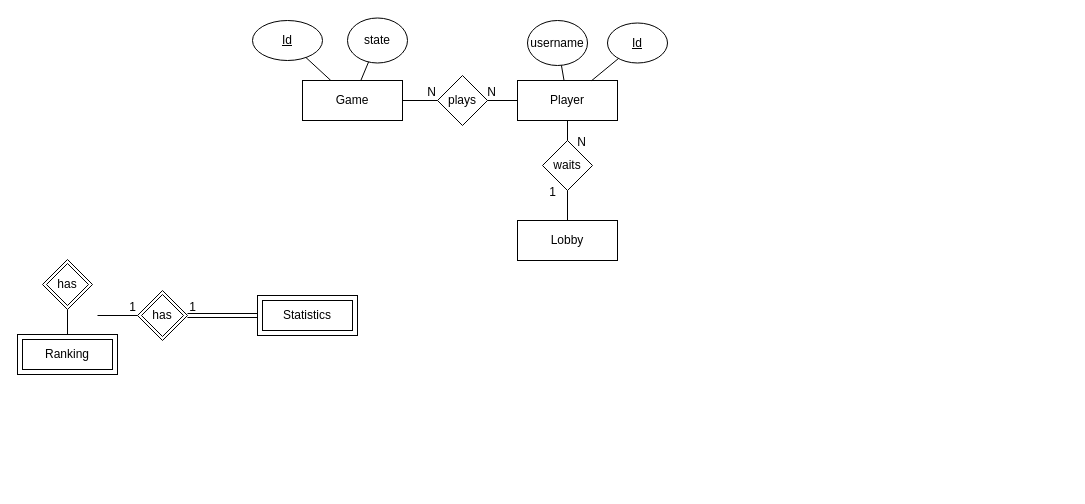
Above: ModeloEA.drawio in Vaasco/DAW (draw.io), before the change. Source tidied: cells renumbered, new cells numbered last; positions are measured from the earlier drawing's top-left corner, leaving out a move shared by most shapes. Both pictures are drawn from the tidied source at 100%, with x=0, y=0 at pixel (17, 18).
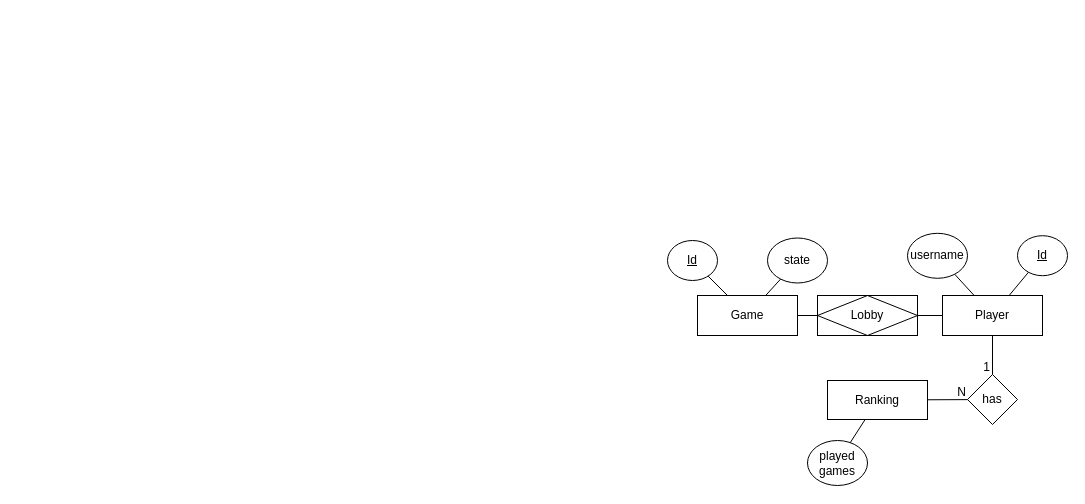
After the change.

The edit, as a diff of the source:
```diff
@@
     <mxCell id="2" value="Game" style="whiteSpace=wrap;html=1;align=center;" parent="1" vertex="1">
-      <mxGeometry x="285" y="62" width="100" height="40" as="geometry" />
+      <mxGeometry x="680" y="277" width="100" height="40" as="geometry" />
     </mxCell>
     <mxCell id="3" value="Player" style="whiteSpace=wrap;html=1;align=center;" parent="1" vertex="1">
-      <mxGeometry x="500" y="62" width="100" height="40" as="geometry" />
+      <mxGeometry x="925" y="277" width="100" height="40" as="geometry" />
     </mxCell>
-    <mxCell id="4" value="Lobby" style="whiteSpace=wrap;html=1;align=center;" parent="1" vertex="1">
-      <mxGeometry x="500" y="202" width="100" height="40" as="geometry" />
-    </mxCell>
-    <mxCell id="5" value="Id" style="ellipse;whiteSpace=wrap;html=1;align=center;fontStyle=4;" parent="1" vertex="1">
-      <mxGeometry x="235" y="2" width="70" height="40" as="geometry" />
-    </mxCell>
-    <mxCell id="6" value="Id" style="ellipse;whiteSpace=wrap;html=1;align=center;fontStyle=4;" parent="1" vertex="1">
-      <mxGeometry x="590" y="4.5" width="60" height="40" as="geometry" />
-    </mxCell>
-    <mxCell id="7" style="endArrow=none;html=1;rounded=0;" parent="1" edge="1" source="2" target="5">
-      <mxGeometry relative="1" as="geometry" />
-    </mxCell>
-    <mxCell id="8" style="endArrow=none;html=1;rounded=0;" parent="1" edge="1" source="3" target="6">
-      <mxGeometry relative="1" as="geometry" />
-    </mxCell>
-    <mxCell id="9" value="Statistics" style="shape=ext;margin=3;double=1;whiteSpace=wrap;html=1;align=center;" parent="1" vertex="1">
-      <mxGeometry x="240" y="277" width="100" height="40" as="geometry" />
-    </mxCell>
-    <mxCell id="10" value="has" style="shape=rhombus;double=1;perimeter=rhombusPerimeter;whiteSpace=wrap;html=1;align=center;" parent="1" vertex="1">
-      <mxGeometry x="120" y="272" width="50" height="50" as="geometry" />
-    </mxCell>
-    <mxCell id="11" value="Ranking" style="shape=ext;margin=3;double=1;whiteSpace=wrap;html=1;align=center;" parent="1" vertex="1">
-      <mxGeometry y="316" width="100" height="40" as="geometry" />
-    </mxCell>
-    <mxCell id="12" value="has" style="shape=rhombus;double=1;perimeter=rhombusPerimeter;whiteSpace=wrap;html=1;align=center;" parent="1" vertex="1">
-      <mxGeometry x="25" y="241" width="50" height="50" as="geometry" />
-    </mxCell>
-    <mxCell id="13" style="endArrow=none;html=1;rounded=0;" parent="1" edge="1" source="12" target="11">
-      <mxGeometry relative="1" as="geometry" />
-    </mxCell>
-    <mxCell id="14" style="shape=link;html=1;rounded=0;" parent="1" edge="1" source="9" target="10">
-      <mxGeometry relative="1" as="geometry" />
-    </mxCell>
-    <mxCell id="15" value="1" style="html=1;whiteSpace=wrap;align=right;verticalAlign=bottom;" parent="14" vertex="1">
-      <mxGeometry x="1" relative="1" as="geometry">
-        <mxPoint x="10" as="offset" />
-      </mxGeometry>
-    </mxCell>
-    <mxCell id="16" style="endArrow=none;html=1;rounded=0;" parent="1" edge="1" target="10">
-      <mxGeometry relative="1" as="geometry">
-        <mxPoint x="80" y="297" as="sourcePoint" />
-      </mxGeometry>
-    </mxCell>
-    <mxCell id="17" value="1" style="html=1;whiteSpace=wrap;align=right;verticalAlign=bottom;" parent="16" vertex="1">
-      <mxGeometry x="1" relative="1" as="geometry" />
-    </mxCell>
-    <mxCell id="18" value="plays" style="shape=rhombus;perimeter=rhombusPerimeter;whiteSpace=wrap;html=1;align=center;" parent="1" vertex="1">
-      <mxGeometry x="420" y="57" width="50" height="50" as="geometry" />
-    </mxCell>
-    <mxCell id="19" style="endArrow=none;html=1;rounded=0;" parent="1" edge="1" source="3" target="18">
-      <mxGeometry relative="1" as="geometry" />
-    </mxCell>
-    <mxCell id="20" value="N" style="html=1;whiteSpace=wrap;align=right;verticalAlign=bottom;" parent="19" vertex="1">
-      <mxGeometry x="1" relative="1" as="geometry">
-        <mxPoint x="10" as="offset" />
-      </mxGeometry>
-    </mxCell>
-    <mxCell id="21" style="endArrow=none;html=1;rounded=0;" parent="1" edge="1" source="2" target="18">
-      <mxGeometry relative="1" as="geometry" />
-    </mxCell>
-    <mxCell id="22" value="N" style="html=1;whiteSpace=wrap;align=right;verticalAlign=bottom;" parent="21" vertex="1">
-      <mxGeometry x="1" relative="1" as="geometry" />
-    </mxCell>
-    <mxCell id="23" value="waits" style="shape=rhombus;perimeter=rhombusPerimeter;whiteSpace=wrap;html=1;align=center;" parent="1" vertex="1">
-      <mxGeometry x="525" y="122" width="50" height="50" as="geometry" />
-    </mxCell>
-    <mxCell id="24" style="endArrow=none;html=1;rounded=0;" parent="1" edge="1" source="4" target="23">
-      <mxGeometry relative="1" as="geometry" />
-    </mxCell>
-    <mxCell id="25" value="1" style="html=1;whiteSpace=wrap;align=right;verticalAlign=bottom;" parent="24" vertex="1">
-      <mxGeometry x="1" relative="1" as="geometry">
-        <mxPoint x="-10" y="10" as="offset" />
-      </mxGeometry>
-    </mxCell>
-    <mxCell id="26" style="endArrow=none;html=1;rounded=0;" parent="1" edge="1" source="3" target="23">
-      <mxGeometry relative="1" as="geometry" />
-    </mxCell>
-    <mxCell id="27" value="N" style="html=1;whiteSpace=wrap;align=right;verticalAlign=bottom;" parent="26" vertex="1">
-      <mxGeometry x="1" relative="1" as="geometry">
-        <mxPoint x="20" y="10" as="offset" />
-      </mxGeometry>
-    </mxCell>
+    <mxCell id="32" value="Id" style="ellipse;whiteSpace=wrap;html=1;align=center;fontStyle=4;" parent="1" vertex="1">
+      <mxGeometry x="650" y="222" width="50" height="40" as="geometry" />
+    </mxCell>
+    <mxCell id="33" value="Id" style="ellipse;whiteSpace=wrap;html=1;align=center;fontStyle=4;" parent="1" vertex="1">
+      <mxGeometry x="1000" y="217.2" width="50" height="40" as="geometry" />
+    </mxCell>
+    <mxCell id="34" style="endArrow=none;html=1;rounded=0;" parent="1" edge="1" source="2" target="32">
+      <mxGeometry relative="1" as="geometry" />
+    </mxCell>
+    <mxCell id="35" style="endArrow=none;html=1;rounded=0;" parent="1" edge="1" source="3" target="33">
+      <mxGeometry relative="1" as="geometry" />
+    </mxCell>
     <mxCell id="28" value="username" style="ellipse;whiteSpace=wrap;html=1;align=center;" parent="1" vertex="1">
-      <mxGeometry x="510" y="2" width="60" height="45" as="geometry" />
+      <mxGeometry x="890" y="214.8" width="60" height="45" as="geometry" />
     </mxCell>
@@
     <mxCell id="30" value="state" style="ellipse;whiteSpace=wrap;html=1;align=center;" parent="1" vertex="1">
-      <mxGeometry x="330" y="-0.5" width="60" height="45" as="geometry" />
+      <mxGeometry x="750" y="219.5" width="60" height="45" as="geometry" />
     </mxCell>
@@
+    <mxCell id="4" value="Lobby" style="shape=associativeEntity;whiteSpace=wrap;html=1;align=center;" parent="1" vertex="1">
+      <mxGeometry x="800" y="277" width="100" height="40" as="geometry" />
+    </mxCell>
+    <mxCell id="36" style="endArrow=none;html=1;rounded=0;" parent="1" edge="1" source="2" target="4">
+      <mxGeometry relative="1" as="geometry" />
+    </mxCell>
+    <mxCell id="37" style="endArrow=none;html=1;rounded=0;" parent="1" edge="1" source="4" target="3">
+      <mxGeometry relative="1" as="geometry" />
+    </mxCell>
+    <mxCell id="38" value="played games" style="ellipse;whiteSpace=wrap;html=1;align=center;" parent="1" vertex="1">
+      <mxGeometry x="790" y="422" width="60" height="45" as="geometry" />
+    </mxCell>
+    <mxCell id="11" value="Ranking" style="whiteSpace=wrap;html=1;align=center;" parent="1" vertex="1">
+      <mxGeometry x="810" y="362" width="100" height="39" as="geometry" />
+    </mxCell>
+    <mxCell id="39" value="has" style="shape=rhombus;perimeter=rhombusPerimeter;whiteSpace=wrap;html=1;align=center;" parent="1" vertex="1">
+      <mxGeometry x="950" y="356" width="50" height="50" as="geometry" />
+    </mxCell>
+    <mxCell id="40" style="endArrow=none;html=1;rounded=0;" parent="1" edge="1" source="11" target="39">
+      <mxGeometry relative="1" as="geometry" />
+    </mxCell>
+    <mxCell id="41" value="N" style="html=1;whiteSpace=wrap;align=right;verticalAlign=bottom;" parent="40" vertex="1">
+      <mxGeometry x="1" relative="1" as="geometry">
+        <mxPoint y="1" as="offset" />
+      </mxGeometry>
+    </mxCell>
+    <mxCell id="42" style="endArrow=none;html=1;rounded=0;" parent="1" edge="1" source="3" target="39">
+      <mxGeometry relative="1" as="geometry" />
+    </mxCell>
+    <mxCell id="43" value="1" style="html=1;whiteSpace=wrap;align=right;verticalAlign=bottom;" parent="42" vertex="1">
+      <mxGeometry x="1" relative="1" as="geometry">
+        <mxPoint x="-1" y="1" as="offset" />
+      </mxGeometry>
+    </mxCell>
+    <mxCell id="44" style="endArrow=none;html=1;rounded=0;" parent="1" edge="1" source="38" target="11">
+      <mxGeometry relative="1" as="geometry" />
+    </mxCell>
```
